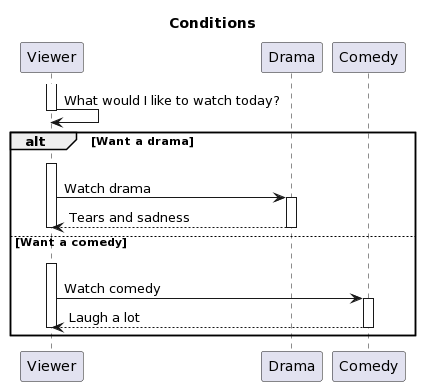
This is docs/sequence_diagram/images/condition_plantuml.png from mikalaiyurkin/umlcharter, a PlantUML export, as it was before one commit. The source it was exported from:
```plantuml
@startuml
title: Conditions
participant "Viewer" as p1
participant "Drama" as p2
participant "Comedy" as p3
activate p1
p1->p1: What would I like to watch today?
deactivate p1
alt Want a drama
p1 -[hidden]-> p1
activate p1
p1->p2: Watch drama
activate p2
p2-->p1: Tears and sadness
deactivate p2
deactivate p1
else Want a comedy
p1 -[hidden]-> p1
activate p1
p1->p3: Watch comedy
activate p3
p3-->p1: Laugh a lot
deactivate p3
deactivate p1
end
@enduml
```
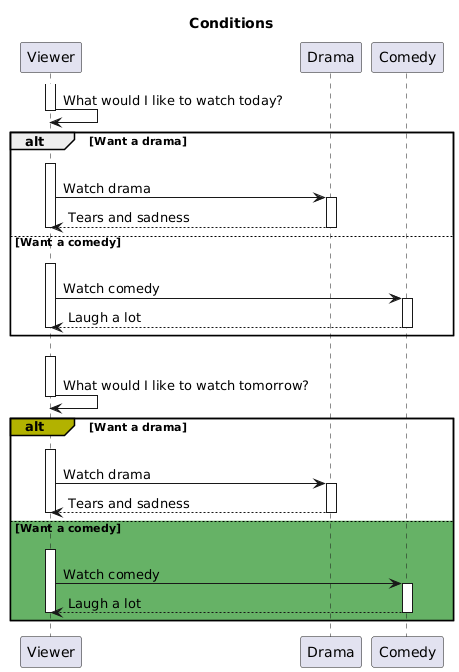
After the commit.

What changed in the source:
```diff
@@ -6,7 +6,7 @@
 activate p1
 p1->p1: What would I like to watch today?
 deactivate p1
-alt Want a drama
+alt #FFFFFF Want a drama
 p1 -[hidden]-> p1
 activate p1
 p1->p2: Watch drama
@@ -14,7 +14,28 @@
 p2-->p1: Tears and sadness
 deactivate p2
 deactivate p1
-else Want a comedy
+else #FFFFFF Want a comedy
+p1 -[hidden]-> p1
+activate p1
+p1->p3: Watch comedy
+activate p3
+p3-->p1: Laugh a lot
+deactivate p3
+deactivate p1
+end
+p1 -[hidden]-> p1
+activate p1
+p1->p1: What would I like to watch tomorrow?
+deactivate p1
+alt#b2b200 #FFFFFF Want a drama
+p1 -[hidden]-> p1
+activate p1
+p1->p2: Watch drama
+activate p2
+p2-->p1: Tears and sadness
+deactivate p2
+deactivate p1
+else #66b266 Want a comedy
 p1 -[hidden]-> p1
 activate p1
 p1->p3: Watch comedy
```
